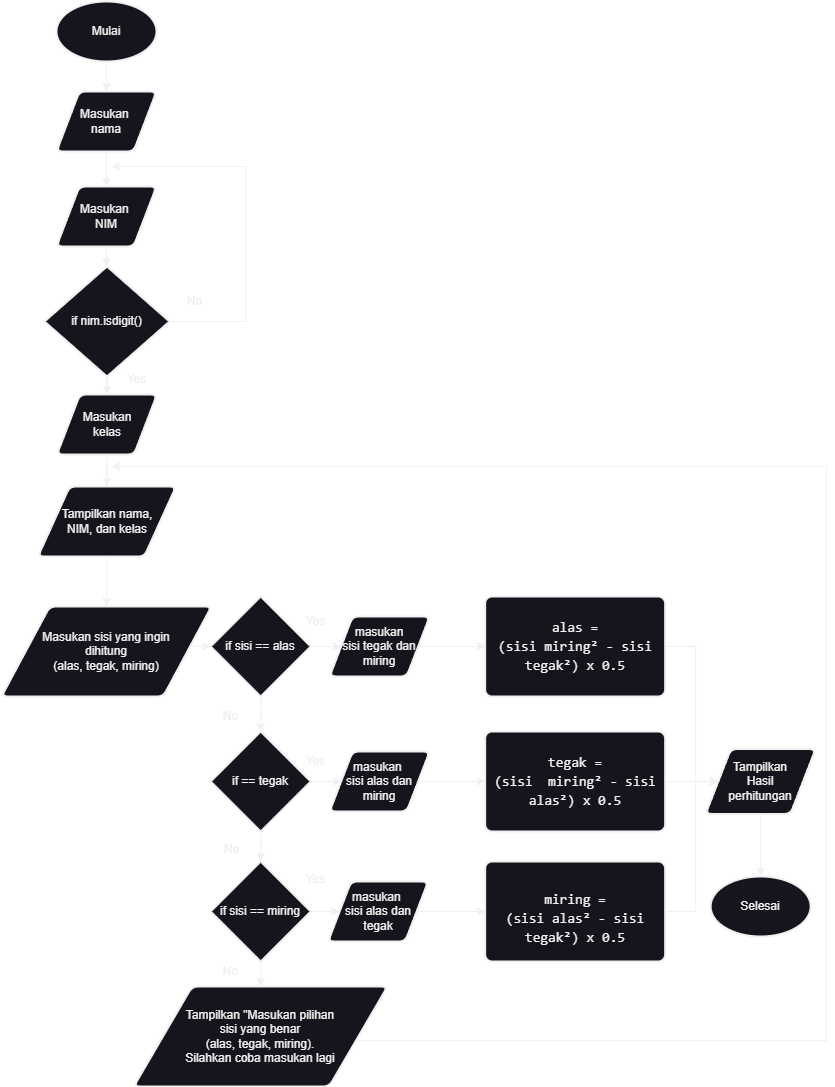
Above: Segitiga Pythagoras.png in Qollie/Post-test-praktikum-DDP (draw.io), before the change. Source tidied: cells renumbered, new cells last; positions are measured from the earlier drawing's top-left corner, leaving out a move shared by most shapes.
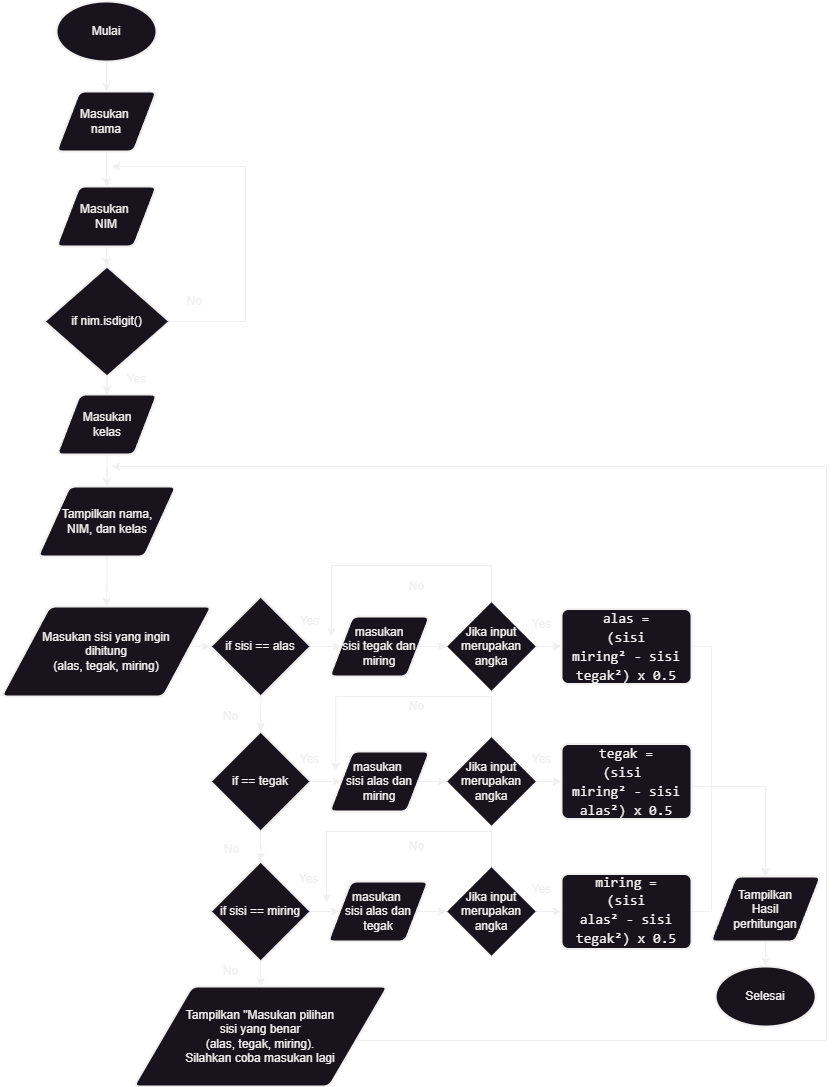
The same file after the commit.

The edit, as a diff of the source:
```diff
@@ -81,54 +81,64 @@
     <mxCell id="24" value="Masukan sisi yang ingin&lt;br&gt;dihitung&lt;br&gt;(alas, tegak, miring)" style="shape=parallelogram;html=1;strokeWidth=2;perimeter=parallelogramPerimeter;whiteSpace=wrap;rounded=1;arcSize=12;size=0.23;" parent="1" vertex="1">
       <mxGeometry y="605" width="210" height="90" as="geometry" />
     </mxCell>
-    <mxCell id="25" style="edgeStyle=orthogonalEdgeStyle;curved=1;rounded=0;jettySize=auto;html=1;" parent="1" edge="1" source="26" target="32">
-      <mxGeometry relative="1" as="geometry" />
-    </mxCell>
+    <mxCell id="52" style="edgeStyle=orthogonalEdgeStyle;rounded=0;jettySize=auto;html=1;" parent="1" edge="1" source="26" target="56">
+      <mxGeometry relative="1" as="geometry" />
+    </mxCell>
     <mxCell id="26" value="masukan&lt;br&gt;sisi tegak dan miring" style="shape=parallelogram;html=1;strokeWidth=2;perimeter=parallelogramPerimeter;whiteSpace=wrap;rounded=1;arcSize=12;size=0.23;" parent="1" vertex="1">
       <mxGeometry x="328.1" y="615" width="100" height="60" as="geometry" />
     </mxCell>
-    <mxCell id="27" style="edgeStyle=orthogonalEdgeStyle;curved=1;rounded=0;jettySize=auto;html=1;" parent="1" edge="1" source="28" target="35">
-      <mxGeometry relative="1" as="geometry" />
-    </mxCell>
+    <mxCell id="53" style="edgeStyle=orthogonalEdgeStyle;rounded=0;jettySize=auto;html=1;" parent="1" edge="1" source="28" target="59">
+      <mxGeometry relative="1" as="geometry" />
+    </mxCell>
     <mxCell id="28" value="masukan&amp;nbsp;&lt;br&gt;sisi alas dan miring" style="shape=parallelogram;html=1;strokeWidth=2;perimeter=parallelogramPerimeter;whiteSpace=wrap;rounded=1;arcSize=12;size=0.23;" parent="1" vertex="1">
       <mxGeometry x="328.1" y="750" width="100" height="60" as="geometry" />
     </mxCell>
-    <mxCell id="29" style="edgeStyle=orthogonalEdgeStyle;curved=1;rounded=0;jettySize=auto;html=1;" parent="1" edge="1" source="30" target="37">
-      <mxGeometry relative="1" as="geometry" />
-    </mxCell>
+    <mxCell id="54" style="edgeStyle=orthogonalEdgeStyle;rounded=0;jettySize=auto;html=1;" parent="1" edge="1" source="30" target="61">
+      <mxGeometry relative="1" as="geometry" />
+    </mxCell>
     <mxCell id="30" value="masukan&amp;nbsp;&lt;br&gt;sisi alas dan tegak" style="shape=parallelogram;html=1;strokeWidth=2;perimeter=parallelogramPerimeter;whiteSpace=wrap;rounded=1;arcSize=12;size=0.23;" parent="1" vertex="1">
       <mxGeometry x="326.6" y="880" width="100" height="60" as="geometry" />
     </mxCell>
-    <mxCell id="31" style="edgeStyle=orthogonalEdgeStyle;rounded=0;jettySize=auto;html=1;entryX=0;entryY=0.5;entryDx=0;entryDy=0;" parent="1" edge="1" source="32" target="49">
+    <mxCell id="31" style="edgeStyle=orthogonalEdgeStyle;rounded=0;jettySize=auto;html=1;entryX=0.5;entryY=0;entryDx=0;entryDy=0;" parent="1" edge="1" source="32" target="49">
       <mxGeometry relative="1" as="geometry">
         <Array as="points">
-          <mxPoint x="694.1" y="645" />
-          <mxPoint x="694.1" y="780" />
+          <mxPoint x="710" y="645" />
+          <mxPoint x="710" y="785" />
+          <mxPoint x="764" y="785" />
         </Array>
       </mxGeometry>
     </mxCell>
     <mxCell id="32" value="&lt;div style=&quot;font-family: Consolas, &amp;quot;Courier New&amp;quot;, monospace; font-size: 14px; line-height: 19px;&quot;&gt;alas =&lt;/div&gt;&lt;div style=&quot;font-family: Consolas, &amp;quot;Courier New&amp;quot;, monospace; font-size: 14px; line-height: 19px;&quot;&gt;(sisi miring²&amp;nbsp;-&amp;nbsp;sisi tegak²) x&amp;nbsp;0.5&lt;/div&gt;" style="rounded=1;whiteSpace=wrap;html=1;absoluteArcSize=1;arcSize=14;strokeWidth=2;" parent="1" vertex="1">
-      <mxGeometry x="483.6" y="595" width="180" height="100" as="geometry" />
+      <mxGeometry x="560" y="607.5" width="130" height="75" as="geometry" />
     </mxCell>
-    <mxCell id="33" style="edgeStyle=orthogonalEdgeStyle;curved=1;rounded=0;jettySize=auto;html=1;" parent="1" edge="1" source="35" target="49">
-      <mxGeometry relative="1" as="geometry" />
+    <mxCell id="33" style="edgeStyle=orthogonalEdgeStyle;rounded=0;jettySize=auto;html=1;" parent="1" edge="1" source="35" target="49">
+      <mxGeometry relative="1" as="geometry">
+        <Array as="points">
+          <mxPoint x="764" y="785" />
+        </Array>
+      </mxGeometry>
     </mxCell>
-    <mxCell id="34" style="edgeStyle=orthogonalEdgeStyle;curved=1;rounded=0;jettySize=auto;html=1;" parent="1" edge="1" source="35" target="49">
-      <mxGeometry relative="1" as="geometry" />
+    <mxCell id="34" style="edgeStyle=orthogonalEdgeStyle;rounded=0;jettySize=auto;html=1;" parent="1" edge="1" source="35" target="49">
+      <mxGeometry relative="1" as="geometry">
+        <Array as="points">
+          <mxPoint x="764" y="785" />
+        </Array>
+      </mxGeometry>
     </mxCell>
     <mxCell id="35" value="&lt;div style=&quot;font-family: Consolas, &amp;quot;Courier New&amp;quot;, monospace; font-size: 14px; line-height: 19px;&quot;&gt;tegak =&lt;/div&gt;&lt;div style=&quot;font-family: Consolas, &amp;quot;Courier New&amp;quot;, monospace; font-size: 14px; line-height: 19px;&quot;&gt;(sisi&amp;nbsp; miring²&amp;nbsp;-&amp;nbsp;sisi alas²) x&amp;nbsp;0.5&lt;/div&gt;" style="rounded=1;whiteSpace=wrap;html=1;absoluteArcSize=1;arcSize=14;strokeWidth=2;" parent="1" vertex="1">
-      <mxGeometry x="483.6" y="730" width="180" height="100" as="geometry" />
+      <mxGeometry x="560" y="742.5" width="130" height="75" as="geometry" />
     </mxCell>
-    <mxCell id="36" style="edgeStyle=orthogonalEdgeStyle;rounded=0;jettySize=auto;html=1;entryX=0;entryY=0.5;entryDx=0;entryDy=0;" parent="1" edge="1" source="37" target="49">
+    <mxCell id="36" style="edgeStyle=orthogonalEdgeStyle;rounded=0;jettySize=auto;html=1;entryX=0.5;entryY=0;entryDx=0;entryDy=0;" parent="1" edge="1" source="37" target="49">
       <mxGeometry relative="1" as="geometry">
         <Array as="points">
-          <mxPoint x="694.1" y="910" />
-          <mxPoint x="694.1" y="780" />
+          <mxPoint x="710" y="910" />
+          <mxPoint x="710" y="785" />
+          <mxPoint x="764" y="785" />
         </Array>
       </mxGeometry>
     </mxCell>
-    <mxCell id="37" value="&lt;br&gt;&lt;div style=&quot;border-color: rgb(0, 0, 0); font-style: normal; font-variant-ligatures: normal; font-variant-caps: normal; font-weight: 400; letter-spacing: normal; orphans: 2; text-align: center; text-indent: 0px; text-transform: none; widows: 2; word-spacing: 0px; -webkit-text-stroke-width: 0px; text-decoration-thickness: initial; text-decoration-style: initial; text-decoration-color: initial; font-family: Consolas, &amp;quot;Courier New&amp;quot;, monospace; font-size: 14px; line-height: 19px;&quot;&gt;&lt;span style=&quot;border-color: rgb(0, 0, 0);&quot;&gt;miring =&lt;/span&gt;&lt;/div&gt;&lt;div style=&quot;border-color: rgb(0, 0, 0); font-style: normal; font-variant-ligatures: normal; font-variant-caps: normal; font-weight: 400; letter-spacing: normal; orphans: 2; text-align: center; text-indent: 0px; text-transform: none; widows: 2; word-spacing: 0px; -webkit-text-stroke-width: 0px; text-decoration-thickness: initial; text-decoration-style: initial; text-decoration-color: initial; font-family: Consolas, &amp;quot;Courier New&amp;quot;, monospace; font-size: 14px; line-height: 19px;&quot;&gt;&lt;span style=&quot;border-color: rgb(0, 0, 0);&quot;&gt;(sisi alas²&amp;nbsp;&lt;/span&gt;&lt;font style=&quot;border-color: rgb(0, 0, 0);&quot;&gt;-&lt;/font&gt;&lt;font style=&quot;border-color: rgb(0, 0, 0);&quot;&gt;&amp;nbsp;sisi tegak²) x&amp;nbsp;&lt;/font&gt;&lt;span style=&quot;border-color: rgb(0, 0, 0);&quot;&gt;0.5&lt;/span&gt;&lt;/div&gt;" style="rounded=1;whiteSpace=wrap;html=1;absoluteArcSize=1;arcSize=14;strokeWidth=2;" parent="1" vertex="1">
-      <mxGeometry x="483.6" y="860" width="180" height="100" as="geometry" />
+    <mxCell id="37" value="&lt;span style=&quot;font-family: Consolas, &amp;quot;Courier New&amp;quot;, monospace; font-size: 14px; background-color: initial;&quot;&gt;miring =&lt;/span&gt;&lt;br&gt;&lt;div style=&quot;border-color: rgb(0, 0, 0); font-style: normal; font-variant-ligatures: normal; font-variant-caps: normal; font-weight: 400; letter-spacing: normal; orphans: 2; text-align: center; text-indent: 0px; text-transform: none; widows: 2; word-spacing: 0px; -webkit-text-stroke-width: 0px; text-decoration-thickness: initial; text-decoration-style: initial; text-decoration-color: initial; font-family: Consolas, &amp;quot;Courier New&amp;quot;, monospace; font-size: 14px; line-height: 19px;&quot;&gt;&lt;span style=&quot;border-color: rgb(0, 0, 0);&quot;&gt;(sisi alas²&amp;nbsp;&lt;/span&gt;&lt;font style=&quot;border-color: rgb(0, 0, 0);&quot;&gt;-&lt;/font&gt;&lt;font style=&quot;border-color: rgb(0, 0, 0);&quot;&gt;&amp;nbsp;sisi tegak²) x&amp;nbsp;&lt;/font&gt;&lt;span style=&quot;border-color: rgb(0, 0, 0);&quot;&gt;0.5&lt;/span&gt;&lt;/div&gt;" style="rounded=1;whiteSpace=wrap;html=1;absoluteArcSize=1;arcSize=14;strokeWidth=2;" parent="1" vertex="1">
+      <mxGeometry x="560" y="872.5" width="130" height="75" as="geometry" />
     </mxCell>
     <mxCell id="38" style="edgeStyle=orthogonalEdgeStyle;curved=1;rounded=0;jettySize=auto;html=1;" parent="1" edge="1" source="39" target="7">
       <mxGeometry relative="1" as="geometry" />
@@ -151,13 +161,13 @@
       </mxGeometry>
     </mxCell>
     <mxCell id="42" value="Yes" style="text;html=1;align=center;verticalAlign=middle;strokeColor=none;fillColor=none;" parent="1" vertex="1">
-      <mxGeometry x="294.1" y="863" width="40" height="30" as="geometry" />
+      <mxGeometry x="286.6" y="863" width="40" height="30" as="geometry" />
     </mxCell>
     <mxCell id="43" value="Yes" style="text;html=1;align=center;verticalAlign=middle;strokeColor=none;fillColor=none;" parent="1" vertex="1">
-      <mxGeometry x="294.1" y="745" width="40" height="30" as="geometry" />
+      <mxGeometry x="288.1" y="742.5" width="40" height="30" as="geometry" />
     </mxCell>
     <mxCell id="44" value="Yes" style="text;html=1;align=center;verticalAlign=middle;strokeColor=none;fillColor=none;" parent="1" vertex="1">
-      <mxGeometry x="294.1" y="605" width="40" height="30" as="geometry" />
+      <mxGeometry x="288.1" y="605" width="40" height="30" as="geometry" />
     </mxCell>
     <mxCell id="45" value="No" style="text;html=1;align=center;verticalAlign=middle;strokeColor=none;fillColor=none;" parent="1" vertex="1">
       <mxGeometry x="209.2" y="700" width="40" height="30" as="geometry" />
@@ -166,13 +176,13 @@
       <mxGeometry x="209.7" y="833" width="40" height="30" as="geometry" />
     </mxCell>
     <mxCell id="47" value="Selesai" style="strokeWidth=2;html=1;shape=mxgraph.flowchart.start_1;whiteSpace=wrap;" parent="1" vertex="1">
-      <mxGeometry x="709.1" y="875" width="100" height="60" as="geometry" />
+      <mxGeometry x="714.1" y="965" width="100" height="60" as="geometry" />
     </mxCell>
     <mxCell id="48" style="edgeStyle=orthogonalEdgeStyle;curved=1;rounded=0;jettySize=auto;html=1;" parent="1" edge="1" source="49" target="47">
       <mxGeometry relative="1" as="geometry" />
     </mxCell>
     <mxCell id="49" value="Tampilkan&lt;br&gt;Hasil &lt;br&gt;perhitungan" style="shape=parallelogram;html=1;strokeWidth=2;perimeter=parallelogramPerimeter;whiteSpace=wrap;rounded=1;arcSize=12;size=0.23;" parent="1" vertex="1">
-      <mxGeometry x="704.1" y="747.5" width="110" height="65" as="geometry" />
+      <mxGeometry x="709.1" y="875" width="110" height="65" as="geometry" />
     </mxCell>
     <mxCell id="50" value="Tampilkan&amp;nbsp;&quot;Masukan pilihan &lt;br&gt;sisi yang benar &lt;br&gt;(alas, tegak, miring). &lt;br&gt;Silahkan coba masukan lagi" style="shape=parallelogram;html=1;strokeWidth=2;perimeter=parallelogramPerimeter;whiteSpace=wrap;rounded=1;arcSize=12;size=0.23;" parent="1" vertex="1">
       <mxGeometry x="132.3" y="985" width="253.7" height="100" as="geometry" />
@@ -180,5 +190,72 @@
     <mxCell id="51" value="No" style="text;html=1;align=center;verticalAlign=middle;strokeColor=none;fillColor=none;" parent="1" vertex="1">
       <mxGeometry x="209.2" y="955" width="40" height="30" as="geometry" />
     </mxCell>
+    <mxCell id="55" style="edgeStyle=orthogonalEdgeStyle;rounded=0;jettySize=auto;html=1;" parent="1" edge="1" source="56" target="32">
+      <mxGeometry relative="1" as="geometry" />
+    </mxCell>
+    <mxCell id="56" value="Jika input merupakan angka" style="rhombus;whiteSpace=wrap;html=1;" parent="1" vertex="1">
+      <mxGeometry x="445" y="600" width="90" height="90" as="geometry" />
+    </mxCell>
+    <mxCell id="57" style="edgeStyle=orthogonalEdgeStyle;rounded=0;jettySize=auto;html=1;" parent="1" edge="1" source="59" target="35">
+      <mxGeometry relative="1" as="geometry" />
+    </mxCell>
+    <mxCell id="58" style="edgeStyle=orthogonalEdgeStyle;rounded=0;orthogonalLoop=1;jettySize=auto;html=1;exitX=0.5;exitY=0;exitDx=0;exitDy=0;entryX=0.932;entryY=0.955;entryDx=0;entryDy=0;entryPerimeter=0;" parent="1" edge="1">
+      <mxGeometry relative="1" as="geometry">
+        <mxPoint x="490" y="865" as="sourcePoint" />
+        <mxPoint x="325.4" y="901.1" as="targetPoint" />
+        <Array as="points">
+          <mxPoint x="490" y="830" />
+          <mxPoint x="325" y="830" />
+          <mxPoint x="325" y="890" />
+          <mxPoint x="325" y="890" />
+        </Array>
+      </mxGeometry>
+    </mxCell>
+    <mxCell id="59" value="Jika input merupakan angka" style="rhombus;whiteSpace=wrap;html=1;" parent="1" vertex="1">
+      <mxGeometry x="445" y="735" width="90" height="90" as="geometry" />
+    </mxCell>
+    <mxCell id="60" style="edgeStyle=orthogonalEdgeStyle;rounded=0;jettySize=auto;html=1;" parent="1" edge="1" source="61" target="37">
+      <mxGeometry relative="1" as="geometry" />
+    </mxCell>
+    <mxCell id="61" value="Jika input merupakan angka" style="rhombus;whiteSpace=wrap;html=1;" parent="1" vertex="1">
+      <mxGeometry x="445" y="865" width="90" height="90" as="geometry" />
+    </mxCell>
+    <mxCell id="62" value="Yes" style="text;html=1;align=center;verticalAlign=middle;strokeColor=none;fillColor=none;" parent="1" vertex="1">
+      <mxGeometry x="520" y="872.5" width="40" height="30" as="geometry" />
+    </mxCell>
+    <mxCell id="63" value="Yes" style="text;html=1;align=center;verticalAlign=middle;strokeColor=none;fillColor=none;" parent="1" vertex="1">
+      <mxGeometry x="520" y="607.5" width="40" height="30" as="geometry" />
+    </mxCell>
+    <mxCell id="64" value="Yes" style="text;html=1;align=center;verticalAlign=middle;strokeColor=none;fillColor=none;" parent="1" vertex="1">
+      <mxGeometry x="520" y="742.5" width="40" height="30" as="geometry" />
+    </mxCell>
+    <mxCell id="65" style="edgeStyle=orthogonalEdgeStyle;rounded=0;jettySize=auto;html=1;exitX=0.5;exitY=0;exitDx=0;exitDy=0;entryX=1.044;entryY=1.076;entryDx=0;entryDy=0;entryPerimeter=0;" parent="1" edge="1" source="59">
+      <mxGeometry relative="1" as="geometry">
+        <mxPoint x="334.2" y="769.8" as="targetPoint" />
+        <Array as="points">
+          <mxPoint x="490" y="695" />
+          <mxPoint x="334" y="695" />
+        </Array>
+      </mxGeometry>
+    </mxCell>
+    <mxCell id="66" style="edgeStyle=orthogonalEdgeStyle;rounded=0;jettySize=auto;html=1;exitX=0.5;exitY=0;exitDx=0;exitDy=0;" parent="1" edge="1" source="56">
+      <mxGeometry relative="1" as="geometry">
+        <mxPoint x="330" y="635" as="targetPoint" />
+        <Array as="points">
+          <mxPoint x="490" y="564" />
+          <mxPoint x="330" y="564" />
+          <mxPoint x="330" y="635" />
+        </Array>
+      </mxGeometry>
+    </mxCell>
+    <mxCell id="67" value="No" style="text;html=1;align=center;verticalAlign=middle;strokeColor=none;fillColor=none;" parent="1" vertex="1">
+      <mxGeometry x="395" y="830" width="40" height="30" as="geometry" />
+    </mxCell>
+    <mxCell id="68" value="No" style="text;html=1;align=center;verticalAlign=middle;strokeColor=none;fillColor=none;" parent="1" vertex="1">
+      <mxGeometry x="395" y="690" width="40" height="30" as="geometry" />
+    </mxCell>
+    <mxCell id="69" value="No" style="text;html=1;align=center;verticalAlign=middle;strokeColor=none;fillColor=none;" parent="1" vertex="1">
+      <mxGeometry x="395" y="570" width="40" height="30" as="geometry" />
+    </mxCell>
   </root>
 </mxGraphModel>
```
